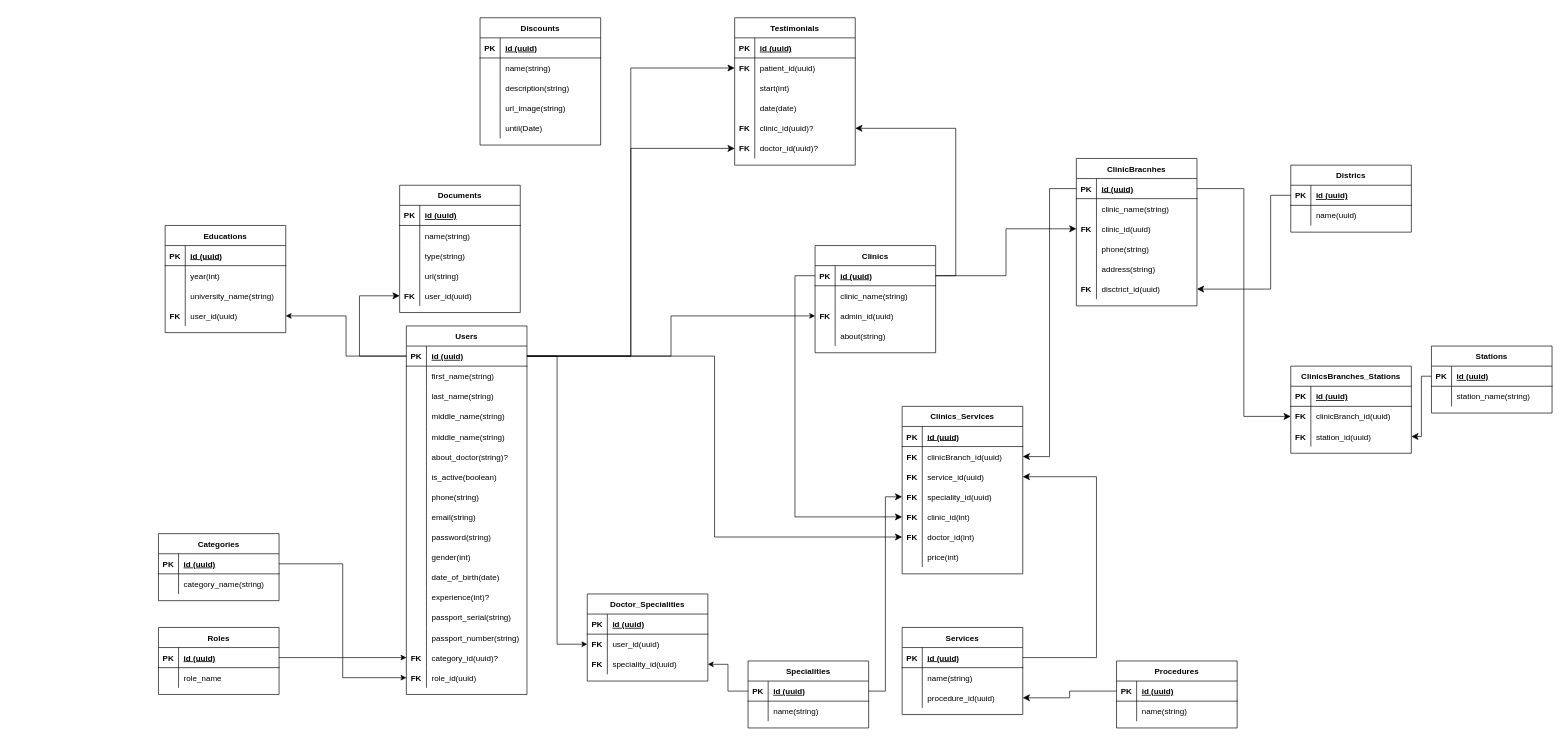
fao30/sector keeps this draw.io diagram as Untitled Diagram.drawio. Above is the earlier version. Source tidied: cells renumbered, new cells numbered last; positions are measured from the earlier drawing's top-left corner, leaving out a move shared by most shapes. Both pictures are drawn from the tidied source at 67%, with x=0, y=0 at pixel (158, 17).
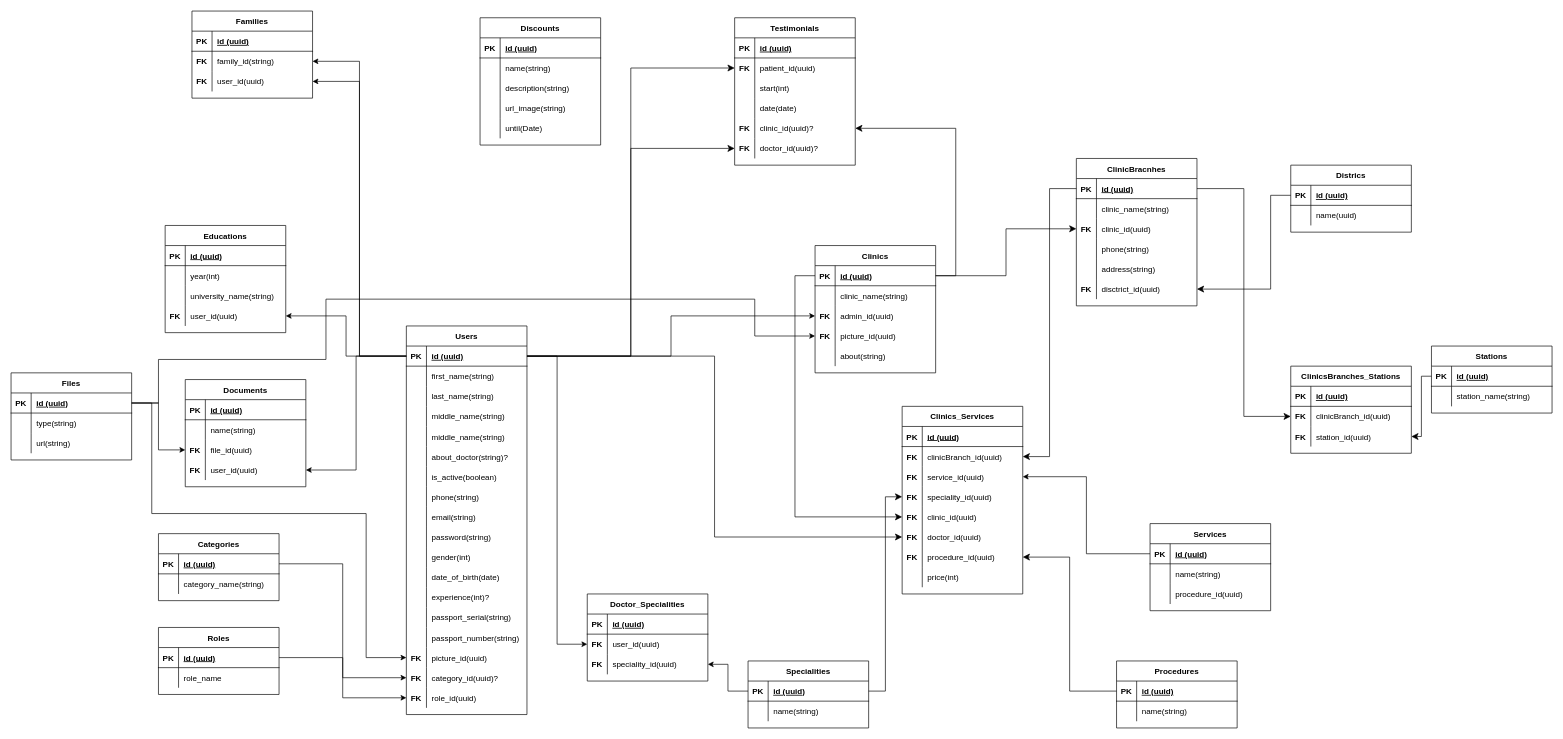
The same page after the edit.

The change refers to these unchanged cells:
```xml
<mxCell id="3" style="shape=tableRow;horizontal=0;startSize=0;swimlaneHead=0;swimlaneBody=0;fillColor=none;points=[[0,0.5],[1,0.5]];portConstraint=eastwest;top=0;left=0;right=0;bottom=1;" parent="2" vertex="1">
  <mxGeometry y="30" width="180" height="30" as="geometry" />
</mxCell>
<mxCell id="71" style="shape=tableRow;horizontal=0;startSize=0;swimlaneHead=0;swimlaneBody=0;fillColor=none;points=[[0,0.5],[1,0.5]];portConstraint=eastwest;top=0;left=0;right=0;bottom=0;" parent="61" vertex="1">
  <mxGeometry y="120" width="180" height="30" as="geometry" />
</mxCell>
<mxCell id="161" style="shape=tableRow;horizontal=0;startSize=0;swimlaneHead=0;swimlaneBody=0;fillColor=none;points=[[0,0.5],[1,0.5]];portConstraint=eastwest;top=0;left=0;right=0;bottom=1;" parent="160" vertex="1">
  <mxGeometry y="30" width="180" height="30" as="geometry" />
</mxCell>
<mxCell id="187" style="shape=tableRow;horizontal=0;startSize=0;swimlaneHead=0;swimlaneBody=0;fillColor=none;points=[[0,0.5],[1,0.5]];portConstraint=eastwest;top=0;left=0;right=0;bottom=1;" parent="186" vertex="1">
  <mxGeometry y="30" width="180" height="30" as="geometry" />
</mxCell>
<mxCell id="193" style="shape=tableRow;horizontal=0;startSize=0;swimlaneHead=0;swimlaneBody=0;fillColor=none;points=[[0,0.5],[1,0.5]];portConstraint=eastwest;top=0;left=0;right=0;bottom=0;" parent="186" vertex="1">
  <mxGeometry y="90" width="180" height="30" as="geometry" />
</mxCell>
<mxCell id="203" style="shape=tableRow;horizontal=0;startSize=0;swimlaneHead=0;swimlaneBody=0;fillColor=none;points=[[0,0.5],[1,0.5]];portConstraint=eastwest;top=0;left=0;right=0;bottom=0;" parent="196" vertex="1">
  <mxGeometry y="90" width="180" height="30" as="geometry" />
</mxCell>
<mxCell id="209" style="shape=tableRow;horizontal=0;startSize=0;swimlaneHead=0;swimlaneBody=0;fillColor=none;points=[[0,0.5],[1,0.5]];portConstraint=eastwest;top=0;left=0;right=0;bottom=0;" parent="196" vertex="1">
  <mxGeometry y="150" width="180" height="30" as="geometry" />
</mxCell>
<mxCell id="212" style="shape=tableRow;horizontal=0;startSize=0;swimlaneHead=0;swimlaneBody=0;fillColor=none;points=[[0,0.5],[1,0.5]];portConstraint=eastwest;top=0;left=0;right=0;bottom=0;" parent="196" vertex="1">
  <mxGeometry y="180" width="180" height="30" as="geometry" />
</mxCell>
<mxCell id="215" style="shape=tableRow;horizontal=0;startSize=0;swimlaneHead=0;swimlaneBody=0;fillColor=none;points=[[0,0.5],[1,0.5]];portConstraint=eastwest;top=0;left=0;right=0;bottom=0;" parent="196" vertex="1">
  <mxGeometry y="210" width="180" height="30" as="geometry" />
</mxCell>
```

Change to the diagram source:
```diff
@@
     <mxCell id="2" value="Users" style="shape=table;startSize=30;childLayout=tableLayout;rowLines=0;fontStyle=1;align=center;" parent="1" vertex="1">
-      <mxGeometry x="370" y="460" width="180" height="550" as="geometry" />
+      <mxGeometry x="370" y="460" width="180" height="580" as="geometry" />
     </mxCell>
@@
+    <mxCell id="264" style="shape=tableRow;horizontal=0;startSize=0;swimlaneHead=0;swimlaneBody=0;fillColor=none;top=0;left=0;right=0;bottom=0;" parent="2" vertex="1">
+      <mxGeometry y="450" width="180" height="30" as="geometry" />
+    </mxCell>
+    <mxCell id="265" style="shape=partialRectangle;fillColor=none;top=0;left=0;bottom=0;right=0;overflow=hidden;" parent="264" vertex="1">
+      <mxGeometry width="30" height="30" as="geometry" />
+    </mxCell>
+    <mxCell id="266" value="passport_number(string)" style="shape=partialRectangle;fillColor=none;top=0;left=0;bottom=0;right=0;align=left;spacingLeft=6;overflow=hidden;" parent="264" vertex="1">
+      <mxGeometry x="30" width="150" height="30" as="geometry" />
+    </mxCell>
     <mxCell id="45" style="shape=tableRow;horizontal=0;startSize=0;swimlaneHead=0;swimlaneBody=0;fillColor=none;points=[[0,0.5],[1,0.5]];portConstraint=eastwest;top=0;left=0;right=0;bottom=0;" parent="2" vertex="1">
-      <mxGeometry y="450" width="180" height="30" as="geometry" />
+      <mxGeometry y="480" width="180" height="30" as="geometry" />
     </mxCell>
-    <mxCell id="46" style="shape=partialRectangle;fillColor=none;top=0;left=0;bottom=0;right=0;overflow=hidden;" parent="45" vertex="1">
+    <mxCell id="46" value="FK" style="shape=partialRectangle;fillColor=none;top=0;left=0;bottom=0;right=0;overflow=hidden;fontStyle=1;" parent="45" vertex="1">
       <mxGeometry width="30" height="30" as="geometry" />
     </mxCell>
-    <mxCell id="47" value="passport_number(string)" style="shape=partialRectangle;fillColor=none;top=0;left=0;bottom=0;right=0;align=left;spacingLeft=6;overflow=hidden;" parent="45" vertex="1">
+    <mxCell id="47" value="picture_id(uuid)" style="shape=partialRectangle;fillColor=none;top=0;left=0;bottom=0;right=0;align=left;spacingLeft=6;overflow=hidden;" parent="45" vertex="1">
       <mxGeometry x="30" width="150" height="30" as="geometry" />
     </mxCell>
     <mxCell id="48" style="shape=tableRow;horizontal=0;startSize=0;swimlaneHead=0;swimlaneBody=0;fillColor=none;points=[[0,0.5],[1,0.5]];portConstraint=eastwest;top=0;left=0;right=0;bottom=0;" parent="2" vertex="1">
-      <mxGeometry y="480" width="180" height="30" as="geometry" />
+      <mxGeometry y="510" width="180" height="30" as="geometry" />
     </mxCell>
@@
     <mxCell id="51" style="shape=tableRow;horizontal=0;startSize=0;swimlaneHead=0;swimlaneBody=0;fillColor=none;points=[[0,0.5],[1,0.5]];portConstraint=eastwest;top=0;left=0;right=0;bottom=0;" parent="2" vertex="1">
-      <mxGeometry y="510" width="180" height="30" as="geometry" />
+      <mxGeometry y="540" width="180" height="30" as="geometry" />
     </mxCell>
@@
     <mxCell id="61" value="Clinics" style="shape=table;startSize=30;childLayout=tableLayout;rowLines=0;fontStyle=1;align=center;" parent="1" vertex="1">
-      <mxGeometry x="980" y="340" width="180" height="160" as="geometry" />
+      <mxGeometry x="980" y="340" width="180" height="190" as="geometry" />
     </mxCell>
@@
-    <mxCell id="72" style="shape=partialRectangle;fillColor=none;top=0;left=0;bottom=0;right=0;overflow=hidden;" parent="71" vertex="1">
+    <mxCell id="72" value="FK" style="shape=partialRectangle;fillColor=none;top=0;left=0;bottom=0;right=0;overflow=hidden;fontStyle=1;" parent="71" vertex="1">
       <mxGeometry width="30" height="30" as="geometry" />
     </mxCell>
-    <mxCell id="73" value="about(string)" style="shape=partialRectangle;fillColor=none;top=0;left=0;bottom=0;right=0;align=left;spacingLeft=6;overflow=hidden;" parent="71" vertex="1">
+    <mxCell id="73" value="picture_id(uuid)" style="shape=partialRectangle;fillColor=none;top=0;left=0;bottom=0;right=0;align=left;spacingLeft=6;overflow=hidden;" parent="71" vertex="1">
       <mxGeometry x="30" width="150" height="30" as="geometry" />
     </mxCell>
+    <mxCell id="267" style="shape=tableRow;horizontal=0;startSize=0;swimlaneHead=0;swimlaneBody=0;fillColor=none;top=0;left=0;right=0;bottom=0;" parent="61" vertex="1">
+      <mxGeometry y="150" width="180" height="30" as="geometry" />
+    </mxCell>
+    <mxCell id="268" style="shape=partialRectangle;fillColor=none;top=0;left=0;bottom=0;right=0;overflow=hidden;" parent="267" vertex="1">
+      <mxGeometry width="30" height="30" as="geometry" />
+    </mxCell>
+    <mxCell id="269" value="about(string)" style="shape=partialRectangle;fillColor=none;top=0;left=0;bottom=0;right=0;align=left;spacingLeft=6;overflow=hidden;" parent="267" vertex="1">
+      <mxGeometry x="30" width="150" height="30" as="geometry" />
+    </mxCell>
@@
     <mxCell id="186" value="Services" style="shape=table;startSize=30;childLayout=tableLayout;rowLines=0;fontStyle=1;align=center;" parent="1" vertex="1">
-      <mxGeometry x="1110" y="910" width="180" height="130" as="geometry" />
+      <mxGeometry x="1480" y="755" width="180" height="130" as="geometry" />
     </mxCell>
@@
     <mxCell id="196" value="Clinics_Services" style="shape=table;startSize=30;childLayout=tableLayout;rowLines=0;fontStyle=1;align=center;" parent="1" vertex="1">
-      <mxGeometry x="1110" y="580" width="180" height="250" as="geometry" />
+      <mxGeometry x="1110" y="580" width="180" height="280" as="geometry" />
     </mxCell>
@@
-    <mxCell id="211" value="clinic_id(int)" style="shape=partialRectangle;fillColor=none;top=0;left=0;bottom=0;right=0;align=left;spacingLeft=6;overflow=hidden;" parent="209" vertex="1">
+    <mxCell id="211" value="clinic_id(uuid)" style="shape=partialRectangle;fillColor=none;top=0;left=0;bottom=0;right=0;align=left;spacingLeft=6;overflow=hidden;" parent="209" vertex="1">
       <mxGeometry x="30" width="150" height="30" as="geometry" />
     </mxCell>
@@
-    <mxCell id="214" value="doctor_id(int)" style="shape=partialRectangle;fillColor=none;top=0;left=0;bottom=0;right=0;align=left;spacingLeft=6;overflow=hidden;" parent="212" vertex="1">
+    <mxCell id="214" value="doctor_id(uuid)" style="shape=partialRectangle;fillColor=none;top=0;left=0;bottom=0;right=0;align=left;spacingLeft=6;overflow=hidden;" parent="212" vertex="1">
       <mxGeometry x="30" width="150" height="30" as="geometry" />
     </mxCell>
@@
-    <mxCell id="216" style="shape=partialRectangle;fillColor=none;top=0;left=0;bottom=0;right=0;overflow=hidden;fontStyle=1;" parent="215" vertex="1">
+    <mxCell id="216" value="FK" style="shape=partialRectangle;fillColor=none;top=0;left=0;bottom=0;right=0;overflow=hidden;fontStyle=1;" parent="215" vertex="1">
       <mxGeometry width="30" height="30" as="geometry" />
     </mxCell>
-    <mxCell id="217" value="price(int)" style="shape=partialRectangle;fillColor=none;top=0;left=0;bottom=0;right=0;align=left;spacingLeft=6;overflow=hidden;" parent="215" vertex="1">
+    <mxCell id="217" value="procedure_id(uuid)" style="shape=partialRectangle;fillColor=none;top=0;left=0;bottom=0;right=0;align=left;spacingLeft=6;overflow=hidden;" parent="215" vertex="1">
       <mxGeometry x="30" width="150" height="30" as="geometry" />
     </mxCell>
+    <mxCell id="270" style="shape=tableRow;horizontal=0;startSize=0;swimlaneHead=0;swimlaneBody=0;fillColor=none;top=0;left=0;right=0;bottom=0;" parent="196" vertex="1">
+      <mxGeometry y="240" width="180" height="30" as="geometry" />
+    </mxCell>
+    <mxCell id="271" style="shape=partialRectangle;fillColor=none;top=0;left=0;bottom=0;right=0;overflow=hidden;fontStyle=1;" parent="270" vertex="1">
+      <mxGeometry width="30" height="30" as="geometry" />
+    </mxCell>
+    <mxCell id="272" value="price(int)" style="shape=partialRectangle;fillColor=none;top=0;left=0;bottom=0;right=0;align=left;spacingLeft=6;overflow=hidden;" parent="270" vertex="1">
+      <mxGeometry x="30" width="150" height="30" as="geometry" />
+    </mxCell>
@@
-    <mxCell id="228" style="edgeStyle=elbowEdgeStyle;elbow=horizontal;endArrow=classic;html=1;curved=0;rounded=0;endSize=8;startSize=8;fontSize=12;exitX=1;exitY=0.5;exitDx=0;exitDy=0;" parent="1" edge="1" source="187" target="203">
-      <mxGeometry relative="1" as="geometry">
-        <Array as="points">
-          <mxPoint x="1400" y="760" />
-        </Array>
-      </mxGeometry>
-    </mxCell>
@@
-    <mxCell id="232" style="edgeStyle=elbowEdgeStyle;rounded=0;jettySize=auto;html=1;fontSize=12;startSize=8;endSize=8;exitX=0;exitY=0.5;exitDx=0;exitDy=0;entryX=1;entryY=0.5;entryDx=0;entryDy=0;" parent="1" edge="1" source="161" target="193">
+    <mxCell id="232" style="edgeStyle=elbowEdgeStyle;rounded=0;jettySize=auto;html=1;fontSize=12;startSize=8;endSize=8;exitX=0;exitY=0.5;exitDx=0;exitDy=0;entryX=1;entryY=0.5;entryDx=0;entryDy=0;" parent="1" edge="1" source="161" target="215">
       <mxGeometry relative="1" as="geometry" />
     </mxCell>
@@
     <mxCell id="234" value="Documents" style="shape=table;startSize=30;childLayout=tableLayout;rowLines=0;fontStyle=1;align=center;" parent="1" vertex="1">
-      <mxGeometry x="360" y="250" width="180" height="190" as="geometry" />
+      <mxGeometry x="40" y="540" width="180" height="160" as="geometry" />
     </mxCell>
@@
-    <mxCell id="241" style="shape=tableRow;horizontal=0;startSize=0;swimlaneHead=0;swimlaneBody=0;fillColor=none;top=0;left=0;right=0;bottom=0;" parent="234" vertex="1">
-      <mxGeometry y="90" width="180" height="30" as="geometry" />
-    </mxCell>
-    <mxCell id="242" style="shape=partialRectangle;fillColor=none;top=0;left=0;bottom=0;right=0;overflow=hidden;" parent="241" vertex="1">
-      <mxGeometry width="30" height="30" as="geometry" />
-    </mxCell>
-    <mxCell id="243" value="type(string)" style="shape=partialRectangle;fillColor=none;top=0;left=0;bottom=0;right=0;align=left;spacingLeft=6;overflow=hidden;" parent="241" vertex="1">
-      <mxGeometry x="30" width="150" height="30" as="geometry" />
-    </mxCell>
-    <mxCell id="244" style="shape=tableRow;horizontal=0;startSize=0;swimlaneHead=0;swimlaneBody=0;fillColor=none;points=[[0,0.5],[1,0.5]];portConstraint=eastwest;top=0;left=0;right=0;bottom=0;" parent="234" vertex="1">
-      <mxGeometry y="120" width="180" height="30" as="geometry" />
-    </mxCell>
-    <mxCell id="245" style="shape=partialRectangle;fillColor=none;top=0;left=0;bottom=0;right=0;overflow=hidden;" parent="244" vertex="1">
-      <mxGeometry width="30" height="30" as="geometry" />
-    </mxCell>
-    <mxCell id="246" value="url(string)" style="shape=partialRectangle;fillColor=none;top=0;left=0;bottom=0;right=0;align=left;spacingLeft=6;overflow=hidden;" parent="244" vertex="1">
-      <mxGeometry x="30" width="150" height="30" as="geometry" />
-    </mxCell>
     <mxCell id="247" style="shape=tableRow;horizontal=0;startSize=0;swimlaneHead=0;swimlaneBody=0;fillColor=none;points=[[0,0.5],[1,0.5]];portConstraint=eastwest;top=0;left=0;right=0;bottom=0;" parent="234" vertex="1">
-      <mxGeometry y="150" width="180" height="30" as="geometry" />
+      <mxGeometry y="90" width="180" height="30" as="geometry" />
     </mxCell>
@@
-    <mxCell id="249" value="user_id(uuid)" style="shape=partialRectangle;fillColor=none;top=0;left=0;bottom=0;right=0;align=left;spacingLeft=6;overflow=hidden;" parent="247" vertex="1">
+    <mxCell id="249" value="file_id(uuid)" style="shape=partialRectangle;fillColor=none;top=0;left=0;bottom=0;right=0;align=left;spacingLeft=6;overflow=hidden;" parent="247" vertex="1">
       <mxGeometry x="30" width="150" height="30" as="geometry" />
     </mxCell>
-    <mxCell id="250" style="edgeStyle=elbowEdgeStyle;rounded=0;jettySize=auto;html=1;exitX=0;exitY=0.5;exitDx=0;exitDy=0;entryX=0;entryY=0.5;entryDx=0;entryDy=0;fontSize=12;startSize=8;endSize=8;" parent="1" edge="1" source="3" target="247">
-      <mxGeometry relative="1" as="geometry">
-        <Array as="points">
-          <mxPoint x="300" y="460" />
-        </Array>
-      </mxGeometry>
-    </mxCell>
+    <mxCell id="244" style="shape=tableRow;horizontal=0;startSize=0;swimlaneHead=0;swimlaneBody=0;fillColor=none;points=[[0,0.5],[1,0.5]];portConstraint=eastwest;top=0;left=0;right=0;bottom=0;" parent="234" vertex="1">
+      <mxGeometry y="120" width="180" height="30" as="geometry" />
+    </mxCell>
+    <mxCell id="273" value="FK" style="shape=partialRectangle;fillColor=none;top=0;left=0;bottom=0;right=0;overflow=hidden;fontStyle=1;" parent="244" vertex="1">
+      <mxGeometry width="30" height="30" as="geometry" />
+    </mxCell>
+    <mxCell id="274" value="user_id(uuid)" style="shape=partialRectangle;fillColor=none;top=0;left=0;bottom=0;right=0;align=left;spacingLeft=6;overflow=hidden;" parent="244" vertex="1">
+      <mxGeometry x="30" width="150" height="30" as="geometry" />
+    </mxCell>
@@
+    <mxCell id="275" value="Files" style="shape=table;startSize=30;childLayout=tableLayout;rowLines=0;fontStyle=1;align=center;" parent="1" vertex="1">
+      <mxGeometry x="-220" y="530" width="180" height="130" as="geometry" />
+    </mxCell>
+    <mxCell id="276" style="shape=tableRow;horizontal=0;startSize=0;swimlaneHead=0;swimlaneBody=0;fillColor=none;points=[[0,0.5],[1,0.5]];portConstraint=eastwest;top=0;left=0;right=0;bottom=1;" parent="275" vertex="1">
+      <mxGeometry y="30" width="180" height="30" as="geometry" />
+    </mxCell>
+    <mxCell id="277" value="PK" style="shape=partialRectangle;fillColor=none;top=0;left=0;bottom=0;right=0;fontStyle=1;overflow=hidden;" parent="276" vertex="1">
+      <mxGeometry width="30" height="30" as="geometry" />
+    </mxCell>
+    <mxCell id="278" value="id (uuid)" style="shape=partialRectangle;fillColor=none;top=0;left=0;bottom=0;right=0;align=left;spacingLeft=6;fontStyle=5;overflow=hidden;" parent="276" vertex="1">
+      <mxGeometry x="30" width="150" height="30" as="geometry" />
+    </mxCell>
+    <mxCell id="279" style="shape=tableRow;horizontal=0;startSize=0;swimlaneHead=0;swimlaneBody=0;fillColor=none;top=0;left=0;right=0;bottom=0;" parent="275" vertex="1">
+      <mxGeometry y="60" width="180" height="30" as="geometry" />
+    </mxCell>
+    <mxCell id="280" style="shape=partialRectangle;fillColor=none;top=0;left=0;bottom=0;right=0;overflow=hidden;" parent="279" vertex="1">
+      <mxGeometry width="30" height="30" as="geometry" />
+    </mxCell>
+    <mxCell id="243" value="type(string)" style="shape=partialRectangle;fillColor=none;top=0;left=0;bottom=0;right=0;align=left;spacingLeft=6;overflow=hidden;" parent="279" vertex="1">
+      <mxGeometry x="30" width="150" height="30" as="geometry" />
+    </mxCell>
+    <mxCell id="281" style="shape=tableRow;horizontal=0;startSize=0;swimlaneHead=0;swimlaneBody=0;fillColor=none;top=0;left=0;right=0;bottom=0;" parent="275" vertex="1">
+      <mxGeometry y="90" width="180" height="30" as="geometry" />
+    </mxCell>
+    <mxCell id="282" style="shape=partialRectangle;fillColor=none;top=0;left=0;bottom=0;right=0;overflow=hidden;" parent="281" vertex="1">
+      <mxGeometry width="30" height="30" as="geometry" />
+    </mxCell>
+    <mxCell id="246" value="url(string)" style="shape=partialRectangle;fillColor=none;top=0;left=0;bottom=0;right=0;align=left;spacingLeft=6;overflow=hidden;" parent="281" vertex="1">
+      <mxGeometry x="30" width="150" height="30" as="geometry" />
+    </mxCell>
+    <mxCell id="283" style="edgeStyle=orthogonalEdgeStyle;rounded=0;jettySize=auto;html=1;exitX=1;exitY=0.5;exitDx=0;exitDy=0;entryX=0;entryY=0.5;entryDx=0;entryDy=0;" parent="1" edge="1" source="276" target="247">
+      <mxGeometry relative="1" as="geometry" />
+    </mxCell>
+    <mxCell id="284" style="edgeStyle=orthogonalEdgeStyle;rounded=0;jettySize=auto;html=1;entryX=1;entryY=0.5;entryDx=0;entryDy=0;" parent="1" edge="1" source="3" target="244">
+      <mxGeometry relative="1" as="geometry" />
+    </mxCell>
+    <mxCell id="285" style="edgeStyle=orthogonalEdgeStyle;rounded=0;jettySize=auto;html=1;exitX=1;exitY=0.5;exitDx=0;exitDy=0;entryX=0;entryY=0.5;entryDx=0;entryDy=0;" parent="1" edge="1" source="276" target="45">
+      <mxGeometry relative="1" as="geometry">
+        <Array as="points">
+          <mxPoint x="-10" y="575" />
+          <mxPoint x="-10" y="740" />
+          <mxPoint x="310" y="740" />
+          <mxPoint x="310" y="955" />
+        </Array>
+      </mxGeometry>
+    </mxCell>
+    <mxCell id="286" style="edgeStyle=orthogonalEdgeStyle;rounded=0;jettySize=auto;html=1;exitX=1;exitY=0.5;exitDx=0;exitDy=0;entryX=0;entryY=0.5;entryDx=0;entryDy=0;" parent="1" edge="1" source="276" target="71">
+      <mxGeometry relative="1" as="geometry">
+        <Array as="points">
+          <mxPoint y="575" />
+          <mxPoint y="510" />
+          <mxPoint x="250" y="510" />
+          <mxPoint x="250" y="420" />
+          <mxPoint x="890" y="420" />
+          <mxPoint x="890" y="475" />
+        </Array>
+      </mxGeometry>
+    </mxCell>
+    <mxCell id="287" value="Families" style="shape=table;startSize=30;childLayout=tableLayout;rowLines=0;fontStyle=1;align=center;" parent="1" vertex="1">
+      <mxGeometry x="50" y="-10" width="180" height="130" as="geometry" />
+    </mxCell>
+    <mxCell id="288" style="shape=tableRow;horizontal=0;startSize=0;swimlaneHead=0;swimlaneBody=0;fillColor=none;top=0;left=0;right=0;bottom=1;" parent="287" vertex="1">
+      <mxGeometry y="30" width="180" height="30" as="geometry" />
+    </mxCell>
+    <mxCell id="289" value="PK" style="shape=partialRectangle;fillColor=none;top=0;left=0;bottom=0;right=0;fontStyle=1;overflow=hidden;" parent="288" vertex="1">
+      <mxGeometry width="30" height="30" as="geometry" />
+    </mxCell>
+    <mxCell id="290" value="id (uuid)" style="shape=partialRectangle;fillColor=none;top=0;left=0;bottom=0;right=0;align=left;spacingLeft=6;fontStyle=5;overflow=hidden;" parent="288" vertex="1">
+      <mxGeometry x="30" width="150" height="30" as="geometry" />
+    </mxCell>
+    <mxCell id="291" style="shape=tableRow;horizontal=0;startSize=0;swimlaneHead=0;swimlaneBody=0;fillColor=none;points=[[0,0.5],[1,0.5]];portConstraint=eastwest;top=0;left=0;right=0;bottom=0;" parent="287" vertex="1">
+      <mxGeometry y="60" width="180" height="30" as="geometry" />
+    </mxCell>
+    <mxCell id="292" value="FK" style="shape=partialRectangle;fillColor=none;top=0;left=0;bottom=0;right=0;overflow=hidden;fontStyle=1;" parent="291" vertex="1">
+      <mxGeometry width="30" height="30" as="geometry" />
+    </mxCell>
+    <mxCell id="293" value="family_id(string)" style="shape=partialRectangle;fillColor=none;top=0;left=0;bottom=0;right=0;align=left;spacingLeft=6;overflow=hidden;" parent="291" vertex="1">
+      <mxGeometry x="30" width="150" height="30" as="geometry" />
+    </mxCell>
+    <mxCell id="294" style="shape=tableRow;horizontal=0;startSize=0;swimlaneHead=0;swimlaneBody=0;fillColor=none;points=[[0,0.5],[1,0.5]];portConstraint=eastwest;top=0;left=0;right=0;bottom=0;" parent="287" vertex="1">
+      <mxGeometry y="90" width="180" height="30" as="geometry" />
+    </mxCell>
+    <mxCell id="295" value="FK" style="shape=partialRectangle;fillColor=none;top=0;left=0;bottom=0;right=0;overflow=hidden;fontStyle=1;" parent="294" vertex="1">
+      <mxGeometry width="30" height="30" as="geometry" />
+    </mxCell>
+    <mxCell id="296" value="user_id(uuid)" style="shape=partialRectangle;fillColor=none;top=0;left=0;bottom=0;right=0;align=left;spacingLeft=6;overflow=hidden;" parent="294" vertex="1">
+      <mxGeometry x="30" width="150" height="30" as="geometry" />
+    </mxCell>
+    <mxCell id="297" style="edgeStyle=orthogonalEdgeStyle;rounded=0;jettySize=auto;html=1;exitX=0;exitY=0.5;exitDx=0;exitDy=0;entryX=1;entryY=0.5;entryDx=0;entryDy=0;" parent="1" edge="1" source="3" target="294">
+      <mxGeometry relative="1" as="geometry" />
+    </mxCell>
+    <mxCell id="298" style="edgeStyle=orthogonalEdgeStyle;rounded=0;jettySize=auto;html=1;exitX=0;exitY=0.5;exitDx=0;exitDy=0;entryX=1;entryY=0.5;entryDx=0;entryDy=0;" parent="1" edge="1" source="3" target="291">
+      <mxGeometry relative="1" as="geometry" />
+    </mxCell>
+    <mxCell id="228" style="edgeStyle=orthogonalEdgeStyle;rounded=0;jettySize=auto;html=1;exitX=0;exitY=0.5;exitDx=0;exitDy=0;" parent="1" edge="1" source="187" target="203">
+      <mxGeometry relative="1" as="geometry" />
+    </mxCell>
```
